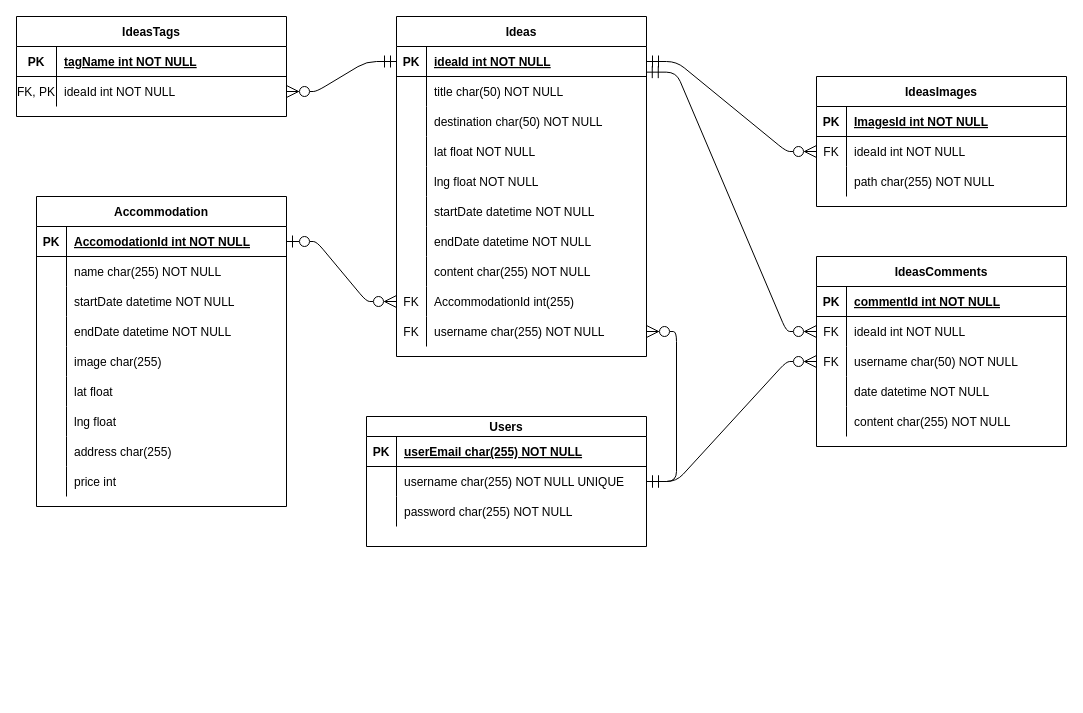
Above: Docs/ER Diagram.drawio in Connie-byte/icom6034-project (draw.io), before the change. Source tidied: cells renumbered, new cells numbered last; positions are measured from the earlier drawing's top-left corner, leaving out a move shared by most shapes. Both pictures are drawn from the tidied source at 100%, with x=0, y=0 at pixel (16, 16).
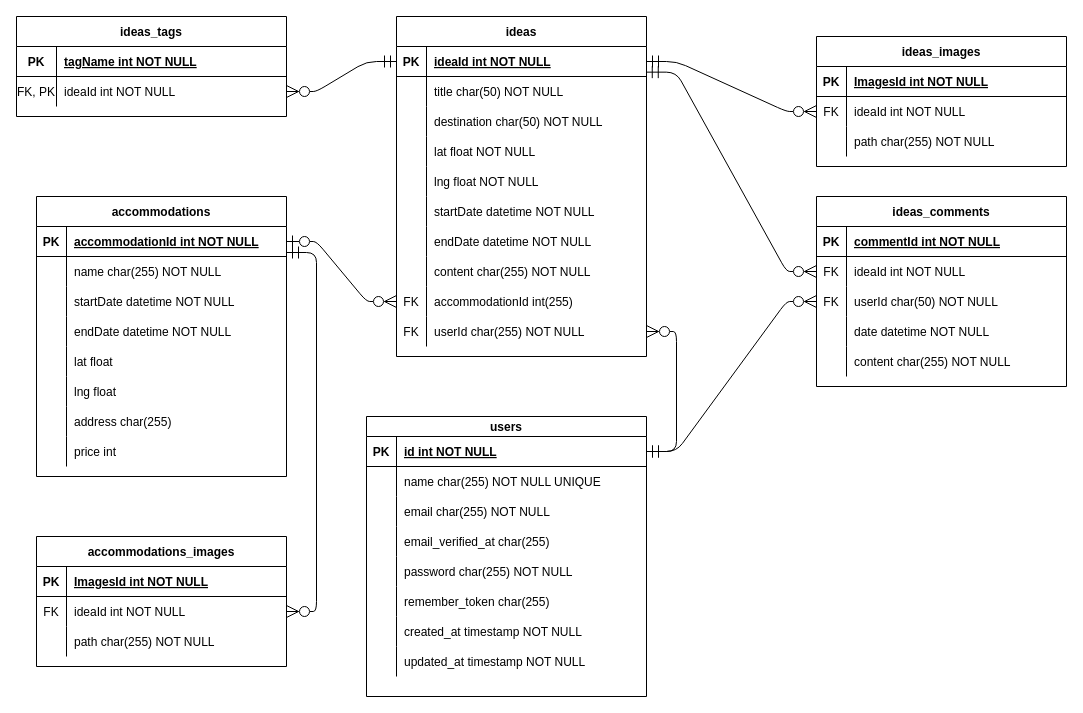
After the change.

The change refers to these unchanged cells:
```xml
<mxCell id="34" style="shape=partialRectangle;fillColor=none;points=[[0,0.5],[1,0.5]];portConstraint=eastwest;top=0;left=0;right=0;bottom=0;" parent="9" vertex="1">
  <mxGeometry y="270" width="250" height="30" as="geometry" />
</mxCell>
<mxCell id="37" style="shape=partialRectangle;fillColor=none;points=[[0,0.5],[1,0.5]];portConstraint=eastwest;top=0;left=0;right=0;bottom=0;" parent="9" vertex="1">
  <mxGeometry y="300" width="250" height="30" as="geometry" />
</mxCell>
<mxCell id="48" style="shape=partialRectangle;fillColor=none;points=[[0,0.5],[1,0.5]];portConstraint=eastwest;top=0;left=0;right=0;bottom=0;" parent="41" vertex="1">
  <mxGeometry y="90" width="250" height="30" as="geometry" />
</mxCell>
<mxCell id="59" style="shape=partialRectangle;fillColor=none;points=[[0,0.5],[1,0.5]];portConstraint=eastwest;top=0;left=0;right=0;bottom=1;" parent="58" vertex="1">
  <mxGeometry y="20" width="280" height="30" as="geometry" />
</mxCell>
<mxCell id="62" style="shape=partialRectangle;fillColor=none;points=[[0,0.5],[1,0.5]];portConstraint=eastwest;top=0;left=0;right=0;bottom=0;" parent="58" vertex="1">
  <mxGeometry y="50" width="280" height="30" as="geometry" />
</mxCell>
<mxCell id="65" style="shape=partialRectangle;fillColor=none;top=0;left=0;right=0;bottom=0;" parent="58" vertex="1">
  <mxGeometry y="80" width="280" height="30" as="geometry" />
</mxCell>
<mxCell id="71" style="shape=partialRectangle;fillColor=none;points=[[0,0.5],[1,0.5]];portConstraint=eastwest;top=0;left=0;right=0;bottom=1;" parent="70" vertex="1">
  <mxGeometry y="30" width="250" height="30" as="geometry" />
</mxCell>
```

The edit, as a diff of the source:
```diff
@@
-    <mxCell id="2" value="IdeasTags" style="shape=table;startSize=30;childLayout=tableLayout;rowLines=0;fontStyle=1;align=center;" parent="1" vertex="1">
+    <mxCell id="2" value="ideas_tags" style="shape=table;startSize=30;childLayout=tableLayout;rowLines=0;fontStyle=1;align=center;" parent="1" vertex="1">
       <mxGeometry width="270" height="100" as="geometry" />
     </mxCell>
@@
-    <mxCell id="9" value="Ideas" style="shape=table;startSize=30;childLayout=tableLayout;rowLines=0;fontStyle=1;align=center;" parent="1" vertex="1">
+    <mxCell id="9" value="ideas" style="shape=table;startSize=30;childLayout=tableLayout;rowLines=0;fontStyle=1;align=center;" parent="1" vertex="1">
       <mxGeometry x="380" width="250" height="340" as="geometry" />
     </mxCell>
@@
-    <mxCell id="36" value="AccommodationId int(255)" style="shape=partialRectangle;overflow=hidden;fillColor=none;top=0;left=0;bottom=0;right=0;align=left;spacingLeft=6;" parent="34" vertex="1">
+    <mxCell id="36" value="accommodationId int(255)" style="shape=partialRectangle;overflow=hidden;fillColor=none;top=0;left=0;bottom=0;right=0;align=left;spacingLeft=6;" parent="34" vertex="1">
       <mxGeometry x="30" width="220" height="30" as="geometry" />
     </mxCell>
@@
-    <mxCell id="39" value="username char(255) NOT NULL" style="shape=partialRectangle;overflow=hidden;fillColor=none;top=0;left=0;bottom=0;right=0;align=left;spacingLeft=6;" parent="37" vertex="1">
+    <mxCell id="39" value="userId char(255) NOT NULL" style="shape=partialRectangle;overflow=hidden;fillColor=none;top=0;left=0;bottom=0;right=0;align=left;spacingLeft=6;" parent="37" vertex="1">
       <mxGeometry x="30" width="220" height="30" as="geometry" />
     </mxCell>
@@
-    <mxCell id="41" value="IdeasComments" style="shape=table;startSize=30;childLayout=tableLayout;rowLines=0;fontStyle=1;align=center;" parent="1" vertex="1">
-      <mxGeometry x="800" y="240" width="250" height="190" as="geometry" />
+    <mxCell id="41" value="ideas_comments" style="shape=table;startSize=30;childLayout=tableLayout;rowLines=0;fontStyle=1;align=center;" parent="1" vertex="1">
+      <mxGeometry x="800" y="180" width="250" height="190" as="geometry" />
     </mxCell>
@@
-    <mxCell id="50" value="username char(50) NOT NULL" style="shape=partialRectangle;overflow=hidden;fillColor=none;top=0;left=0;bottom=0;right=0;align=left;spacingLeft=6;" parent="48" vertex="1">
+    <mxCell id="50" value="userId char(50) NOT NULL" style="shape=partialRectangle;overflow=hidden;fillColor=none;top=0;left=0;bottom=0;right=0;align=left;spacingLeft=6;" parent="48" vertex="1">
       <mxGeometry x="30" width="220" height="30" as="geometry" />
     </mxCell>
@@
-    <mxCell id="58" value="Users" style="shape=table;startSize=20;childLayout=tableLayout;rowLines=0;fontStyle=1;align=center;" parent="1" vertex="1">
-      <mxGeometry x="350" y="400" width="280" height="130" as="geometry" />
+    <mxCell id="58" value="users" style="shape=table;startSize=20;childLayout=tableLayout;rowLines=0;fontStyle=1;align=center;" parent="1" vertex="1">
+      <mxGeometry x="350" y="400" width="280" height="280" as="geometry" />
     </mxCell>
@@
-    <mxCell id="61" value="userEmail char(255) NOT NULL" style="shape=partialRectangle;overflow=hidden;fillColor=none;top=0;left=0;bottom=0;right=0;align=left;spacingLeft=6;fontStyle=5;" parent="59" vertex="1">
+    <mxCell id="61" value="id int NOT NULL" style="shape=partialRectangle;overflow=hidden;fillColor=none;top=0;left=0;bottom=0;right=0;align=left;spacingLeft=6;fontStyle=5;" parent="59" vertex="1">
       <mxGeometry x="30" width="250" height="30" as="geometry" />
     </mxCell>
@@
-    <mxCell id="64" value="username char(255) NOT NULL UNIQUE" style="shape=partialRectangle;overflow=hidden;fillColor=none;top=0;left=0;bottom=0;right=0;align=left;spacingLeft=6;" parent="62" vertex="1">
+    <mxCell id="64" value="name char(255) NOT NULL UNIQUE" style="shape=partialRectangle;overflow=hidden;fillColor=none;top=0;left=0;bottom=0;right=0;align=left;spacingLeft=6;" parent="62" vertex="1">
       <mxGeometry x="30" width="250" height="30" as="geometry" />
     </mxCell>
@@
-    <mxCell id="67" value="password char(255) NOT NULL" style="shape=partialRectangle;overflow=hidden;fillColor=none;top=0;left=0;bottom=0;right=0;align=left;spacingLeft=6;" parent="65" vertex="1">
+    <mxCell id="67" value="email char(255) NOT NULL" style="shape=partialRectangle;overflow=hidden;fillColor=none;top=0;left=0;bottom=0;right=0;align=left;spacingLeft=6;" parent="65" vertex="1">
       <mxGeometry x="30" width="250" height="30" as="geometry" />
     </mxCell>
+    <mxCell id="110" style="shape=partialRectangle;fillColor=none;top=0;left=0;right=0;bottom=0;" parent="58" vertex="1">
+      <mxGeometry y="110" width="280" height="30" as="geometry" />
+    </mxCell>
+    <mxCell id="111" style="shape=partialRectangle;overflow=hidden;fillColor=none;top=0;left=0;bottom=0;right=0;" parent="110" vertex="1">
+      <mxGeometry width="30" height="30" as="geometry" />
+    </mxCell>
+    <mxCell id="112" value="email_verified_at char(255)" style="shape=partialRectangle;overflow=hidden;fillColor=none;top=0;left=0;bottom=0;right=0;align=left;spacingLeft=6;" parent="110" vertex="1">
+      <mxGeometry x="30" width="250" height="30" as="geometry" />
+    </mxCell>
+    <mxCell id="113" style="shape=partialRectangle;fillColor=none;top=0;left=0;right=0;bottom=0;" parent="58" vertex="1">
+      <mxGeometry y="140" width="280" height="30" as="geometry" />
+    </mxCell>
+    <mxCell id="114" style="shape=partialRectangle;overflow=hidden;fillColor=none;top=0;left=0;bottom=0;right=0;" parent="113" vertex="1">
+      <mxGeometry width="30" height="30" as="geometry" />
+    </mxCell>
+    <mxCell id="115" value="password char(255) NOT NULL" style="shape=partialRectangle;overflow=hidden;fillColor=none;top=0;left=0;bottom=0;right=0;align=left;spacingLeft=6;" parent="113" vertex="1">
+      <mxGeometry x="30" width="250" height="30" as="geometry" />
+    </mxCell>
+    <mxCell id="116" style="shape=partialRectangle;fillColor=none;top=0;left=0;right=0;bottom=0;" parent="58" vertex="1">
+      <mxGeometry y="170" width="280" height="30" as="geometry" />
+    </mxCell>
+    <mxCell id="117" style="shape=partialRectangle;overflow=hidden;fillColor=none;top=0;left=0;bottom=0;right=0;" parent="116" vertex="1">
+      <mxGeometry width="30" height="30" as="geometry" />
+    </mxCell>
+    <mxCell id="118" value="remember_token char(255) " style="shape=partialRectangle;overflow=hidden;fillColor=none;top=0;left=0;bottom=0;right=0;align=left;spacingLeft=6;" parent="116" vertex="1">
+      <mxGeometry x="30" width="250" height="30" as="geometry" />
+    </mxCell>
+    <mxCell id="119" style="shape=partialRectangle;fillColor=none;top=0;left=0;right=0;bottom=0;" parent="58" vertex="1">
+      <mxGeometry y="200" width="280" height="30" as="geometry" />
+    </mxCell>
+    <mxCell id="120" style="shape=partialRectangle;overflow=hidden;fillColor=none;top=0;left=0;bottom=0;right=0;" parent="119" vertex="1">
+      <mxGeometry width="30" height="30" as="geometry" />
+    </mxCell>
+    <mxCell id="121" value="created_at timestamp NOT NULL" style="shape=partialRectangle;overflow=hidden;fillColor=none;top=0;left=0;bottom=0;right=0;align=left;spacingLeft=6;" parent="119" vertex="1">
+      <mxGeometry x="30" width="250" height="30" as="geometry" />
+    </mxCell>
+    <mxCell id="122" style="shape=partialRectangle;fillColor=none;top=0;left=0;right=0;bottom=0;" parent="58" vertex="1">
+      <mxGeometry y="230" width="280" height="30" as="geometry" />
+    </mxCell>
+    <mxCell id="123" style="shape=partialRectangle;overflow=hidden;fillColor=none;top=0;left=0;bottom=0;right=0;" parent="122" vertex="1">
+      <mxGeometry width="30" height="30" as="geometry" />
+    </mxCell>
+    <mxCell id="124" value="updated_at timestamp NOT NULL" style="shape=partialRectangle;overflow=hidden;fillColor=none;top=0;left=0;bottom=0;right=0;align=left;spacingLeft=6;" parent="122" vertex="1">
+      <mxGeometry x="30" width="250" height="30" as="geometry" />
+    </mxCell>
-    <mxCell id="68" style="edgeStyle=entityRelationEdgeStyle;fontSize=12;html=1;endArrow=ERzeroToMany;startArrow=ERmandOne;endSize=10;startSize=10;endFill=0;entryX=1;entryY=0.5;entryDx=0;entryDy=0;exitX=1;exitY=0.5;exitDx=0;exitDy=0;" parent="1" edge="1" source="62" target="37">
+    <mxCell id="68" style="edgeStyle=entityRelationEdgeStyle;fontSize=12;html=1;endArrow=ERzeroToMany;startArrow=ERmandOne;endSize=10;startSize=10;endFill=0;entryX=1;entryY=0.5;entryDx=0;entryDy=0;exitX=1;exitY=0.5;exitDx=0;exitDy=0;" parent="1" edge="1" source="59" target="37">
       <mxGeometry relative="1" as="geometry" />
     </mxCell>
-    <mxCell id="69" style="edgeStyle=entityRelationEdgeStyle;fontSize=12;html=1;endArrow=ERzeroToMany;startArrow=ERmandOne;endSize=10;startSize=10;endFill=0;entryX=0;entryY=0.5;entryDx=0;entryDy=0;exitX=1;exitY=0.5;exitDx=0;exitDy=0;" parent="1" edge="1" source="62" target="48">
+    <mxCell id="69" style="edgeStyle=entityRelationEdgeStyle;fontSize=12;html=1;endArrow=ERzeroToMany;startArrow=ERmandOne;endSize=10;startSize=10;endFill=0;entryX=0;entryY=0.5;entryDx=0;entryDy=0;exitX=1;exitY=0.5;exitDx=0;exitDy=0;" parent="1" edge="1" source="59" target="48">
       <mxGeometry relative="1" as="geometry" />
     </mxCell>
-    <mxCell id="70" value="Accommodation" style="shape=table;startSize=30;childLayout=tableLayout;rowLines=0;fontStyle=1;align=center;" parent="1" vertex="1">
-      <mxGeometry x="20" y="180" width="250" height="310" as="geometry" />
+    <mxCell id="70" value="accommodations" style="shape=table;startSize=30;childLayout=tableLayout;rowLines=0;fontStyle=1;align=center;" parent="1" vertex="1">
+      <mxGeometry x="20" y="180" width="250" height="280" as="geometry" />
     </mxCell>
@@
-    <mxCell id="73" value="AccomodationId int NOT NULL " style="shape=partialRectangle;overflow=hidden;fillColor=none;top=0;left=0;bottom=0;right=0;align=left;spacingLeft=6;fontStyle=5;" parent="71" vertex="1">
+    <mxCell id="73" value="accommodationId int NOT NULL " style="shape=partialRectangle;overflow=hidden;fillColor=none;top=0;left=0;bottom=0;right=0;align=left;spacingLeft=6;fontStyle=5;" parent="71" vertex="1">
       <mxGeometry x="30" width="220" height="30" as="geometry" />
     </mxCell>
@@
-    <mxCell id="83" style="shape=partialRectangle;fillColor=none;top=0;left=0;right=0;bottom=0;" parent="70" vertex="1">
-      <mxGeometry y="150" width="250" height="30" as="geometry" />
-    </mxCell>
-    <mxCell id="84" style="shape=partialRectangle;overflow=hidden;fillColor=none;top=0;left=0;bottom=0;right=0;" parent="83" vertex="1">
-      <mxGeometry width="30" height="30" as="geometry" />
-    </mxCell>
-    <mxCell id="85" value="image char(255)" style="shape=partialRectangle;overflow=hidden;fillColor=none;top=0;left=0;bottom=0;right=0;align=left;spacingLeft=6;" parent="83" vertex="1">
-      <mxGeometry x="30" width="220" height="30" as="geometry" />
-    </mxCell>
     <mxCell id="86" style="shape=partialRectangle;fillColor=none;top=0;left=0;right=0;bottom=0;" parent="70" vertex="1">
-      <mxGeometry y="180" width="250" height="30" as="geometry" />
+      <mxGeometry y="150" width="250" height="30" as="geometry" />
     </mxCell>
@@
     <mxCell id="89" style="shape=partialRectangle;fillColor=none;top=0;left=0;right=0;bottom=0;" parent="70" vertex="1">
-      <mxGeometry y="210" width="250" height="30" as="geometry" />
+      <mxGeometry y="180" width="250" height="30" as="geometry" />
     </mxCell>
@@
     <mxCell id="92" style="shape=partialRectangle;fillColor=none;top=0;left=0;right=0;bottom=0;" parent="70" vertex="1">
-      <mxGeometry y="240" width="250" height="30" as="geometry" />
+      <mxGeometry y="210" width="250" height="30" as="geometry" />
     </mxCell>
@@
     <mxCell id="95" style="shape=partialRectangle;fillColor=none;top=0;left=0;right=0;bottom=0;" parent="70" vertex="1">
-      <mxGeometry y="270" width="250" height="30" as="geometry" />
+      <mxGeometry y="240" width="250" height="30" as="geometry" />
     </mxCell>
@@
-    <mxCell id="99" value="IdeasImages" style="shape=table;startSize=30;childLayout=tableLayout;rowLines=0;fontStyle=1;align=center;" parent="1" vertex="1">
-      <mxGeometry x="800" y="60" width="250" height="130" as="geometry" />
+    <mxCell id="99" value="ideas_images" style="shape=table;startSize=30;childLayout=tableLayout;rowLines=0;fontStyle=1;align=center;" parent="1" vertex="1">
+      <mxGeometry x="800" y="20" width="250" height="130" as="geometry" />
     </mxCell>
@@
+    <mxCell id="125" value="accommodations_images" style="shape=table;startSize=30;childLayout=tableLayout;rowLines=0;fontStyle=1;align=center;" parent="1" vertex="1">
+      <mxGeometry x="20" y="520" width="250" height="130" as="geometry" />
+    </mxCell>
+    <mxCell id="126" style="shape=partialRectangle;fillColor=none;top=0;left=0;right=0;bottom=1;" parent="125" vertex="1">
+      <mxGeometry y="30" width="250" height="30" as="geometry" />
+    </mxCell>
+    <mxCell id="127" value="PK" style="shape=partialRectangle;overflow=hidden;fillColor=none;top=0;left=0;bottom=0;right=0;fontStyle=1;" parent="126" vertex="1">
+      <mxGeometry width="30" height="30" as="geometry" />
+    </mxCell>
+    <mxCell id="128" value="ImagesId int NOT NULL " style="shape=partialRectangle;overflow=hidden;fillColor=none;top=0;left=0;bottom=0;right=0;align=left;spacingLeft=6;fontStyle=5;" parent="126" vertex="1">
+      <mxGeometry x="30" width="220" height="30" as="geometry" />
+    </mxCell>
+    <mxCell id="129" style="shape=partialRectangle;fillColor=none;points=[[0,0.5],[1,0.5]];portConstraint=eastwest;top=0;left=0;right=0;bottom=0;" parent="125" vertex="1">
+      <mxGeometry y="60" width="250" height="30" as="geometry" />
+    </mxCell>
+    <mxCell id="130" value="FK" style="shape=partialRectangle;overflow=hidden;fillColor=none;top=0;left=0;bottom=0;right=0;" parent="129" vertex="1">
+      <mxGeometry width="30" height="30" as="geometry" />
+    </mxCell>
+    <mxCell id="131" value="ideaId int NOT NULL" style="shape=partialRectangle;overflow=hidden;fillColor=none;top=0;left=0;bottom=0;right=0;align=left;spacingLeft=6;" parent="129" vertex="1">
+      <mxGeometry x="30" width="220" height="30" as="geometry" />
+    </mxCell>
+    <mxCell id="132" style="shape=partialRectangle;fillColor=none;top=0;left=0;right=0;bottom=0;" parent="125" vertex="1">
+      <mxGeometry y="90" width="250" height="30" as="geometry" />
+    </mxCell>
+    <mxCell id="133" style="shape=partialRectangle;overflow=hidden;fillColor=none;top=0;left=0;bottom=0;right=0;" parent="132" vertex="1">
+      <mxGeometry width="30" height="30" as="geometry" />
+    </mxCell>
+    <mxCell id="134" value="path char(255) NOT NULL" style="shape=partialRectangle;overflow=hidden;fillColor=none;top=0;left=0;bottom=0;right=0;align=left;spacingLeft=6;" parent="132" vertex="1">
+      <mxGeometry x="30" width="220" height="30" as="geometry" />
+    </mxCell>
+    <mxCell id="135" style="edgeStyle=entityRelationEdgeStyle;fontSize=12;html=1;endArrow=ERzeroToMany;startArrow=ERmandOne;exitX=1;exitY=0.867;exitDx=0;exitDy=0;endSize=10;startSize=10;endFill=0;entryX=1;entryY=0.5;entryDx=0;entryDy=0;exitPerimeter=0;" parent="1" edge="1" source="71" target="129">
+      <mxGeometry relative="1" as="geometry" />
+    </mxCell>
```
